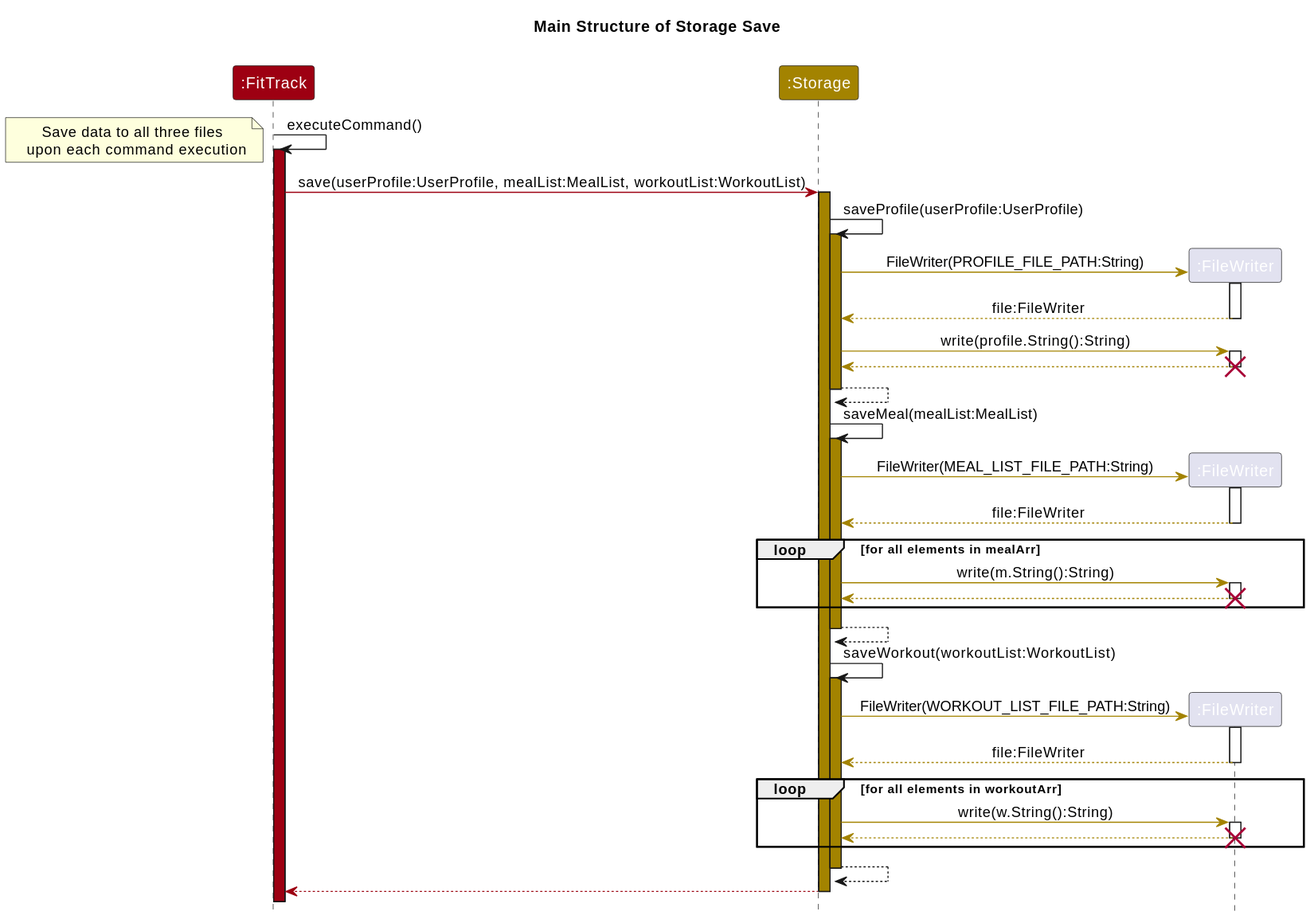
This is docs/images/StorageSave.svg from nus-cs2113-AY2324S1/tp, a PlantUML export, as it was before one commit.
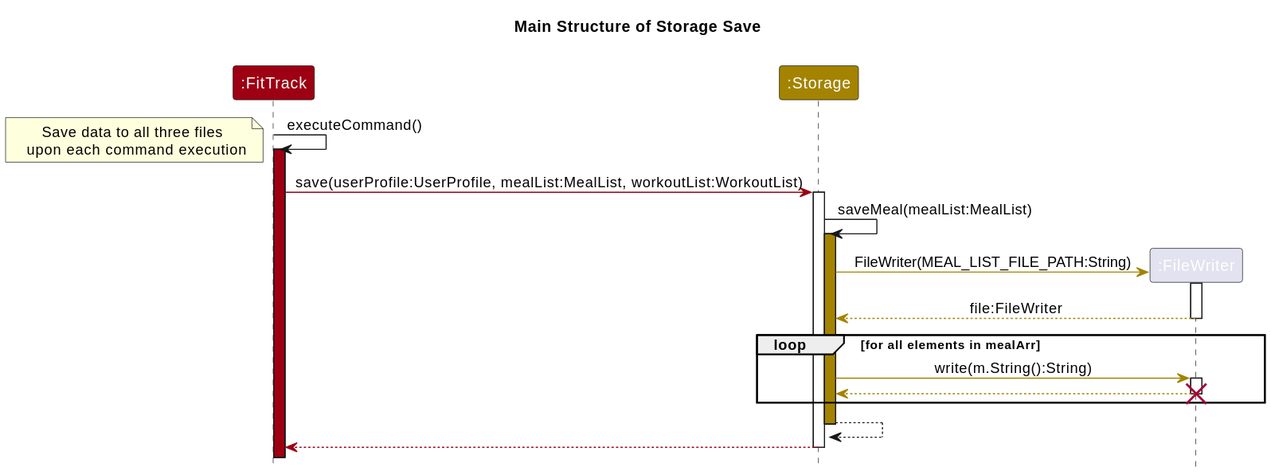
After the change.

Diff of the diagram source:
```diff
@@ -11,17 +11,6 @@
 activate main MODEL_COLOR
 note left: Save data to all three files \n upon each command execution
 main -[MODEL_COLOR]> storage ++: save(userProfile:UserProfile, mealList:MealList, workoutList:WorkoutList)
-activate storage STORAGE_COLOR
-storage -> storage ++: saveProfile(userProfile:UserProfile)
-activate storage STORAGE_COLOR
-create fileWriter
-storage -[STORAGE_COLOR]> fileWriter ++: FileWriter(PROFILE_FILE_PATH:String)
-return file:FileWriter
-storage -[STORAGE_COLOR]> fileWriter ++: write(profile.String():String)
-return
-destroy fileWriter
-return
-deactivate storage
 
 storage -> storage ++: saveMeal(mealList:MealList)
 activate storage STORAGE_COLOR
@@ -35,19 +24,6 @@
 end
 return
 deactivate storage
-
-storage -> storage ++: saveWorkout(workoutList:WorkoutList)
-activate storage STORAGE_COLOR
-create fileWriter
-storage -[STORAGE_COLOR]> fileWriter ++: FileWriter(WORKOUT_LIST_FILE_PATH:String)
-return file:FileWriter
-group loop [for all elements in workoutArr]
-    storage -[STORAGE_COLOR]> fileWriter ++: write(w.String():String)
-    return
-destroy fileWriter
-end
-return
-deactivate storage
 return
 deactivate storage
 @enduml
```
